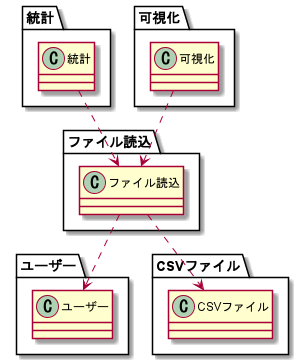
Earlier version of the PlantUML export docs/design/uml/PackageDiagram/PackageDiagram.png (ShisatoYano/CsvDataAnalyzer).
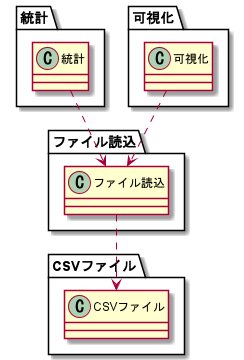
The same file after the commit.

Commit message:
updated package diagram

Change to the diagram source:
```diff
@@ -14,11 +14,6 @@
     可視化 ..> ファイル読込
 }
 
-package ユーザー {
-    class ユーザー
-    ファイル読込 ..> ユーザー
-}
-
 package CSVファイル {
     class CSVファイル
     ファイル読込 ..> CSVファイル
```
